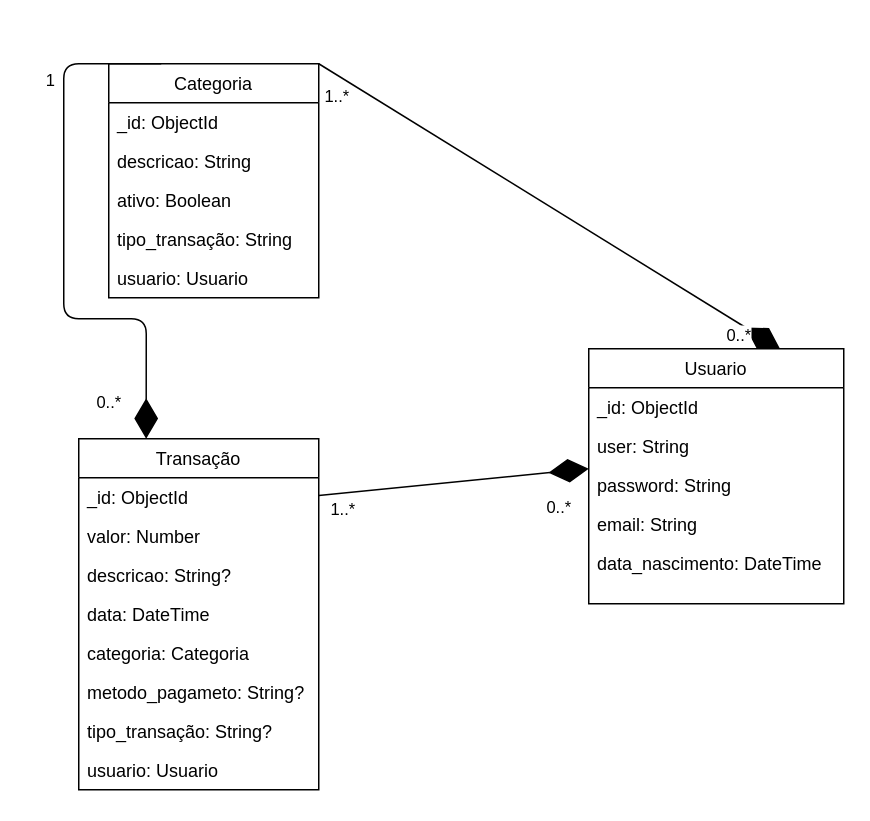
This is docs/NoAM.drawio from FatecFranca/DSM-G09-PI3-2024-2, a draw.io file, before an edit. Source tidied: cells renumbered, new cells numbered last; positions are measured from the earlier drawing's top-left corner, leaving out a move shared by most shapes. Both pictures are drawn from the tidied source at 150%, with x=0, y=0 at pixel (63, 63).
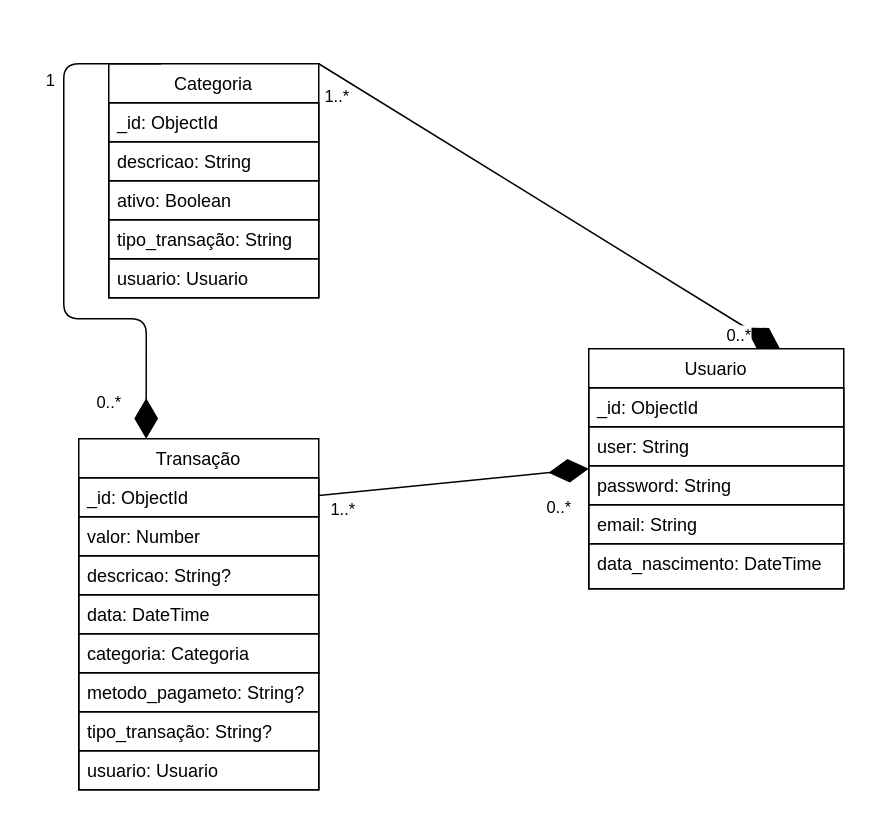
The same page after the edit.

Commit message (it also covers changes not shown here):
Alterado arquvio .drawio em branco, e adicionando as outras extensões do diagrama

Diff of the diagram source:
```diff
@@
-<mxGraphModel>
+<mxGraphModel background="#ffffff">
@@
-    <mxCell id="2" value="Transação" style="swimlane;fontStyle=0;horizontal=1;startSize=26;fillColor=none;" parent="1" vertex="1">
+    <mxCell id="2" value="Transação" style="swimlane;fontStyle=0;horizontal=1;startSize=26;fillColor=none;labelBackgroundColor=#FFFFFF;labelBorderColor=none;fontColor=#000000;strokeColor=#000000;" parent="1" vertex="1">
       <mxGeometry x="10" y="250" width="160" height="234" as="geometry" />
     </mxCell>
-    <mxCell id="3" value="_id: ObjectId" style="text;strokeColor=none;fillColor=none;align=left;verticalAlign=top;spacingLeft=4;spacingRight=4;overflow=hidden;" parent="2" vertex="1">
+    <mxCell id="3" value="_id: ObjectId" style="text;strokeColor=#000000;fillColor=none;align=left;verticalAlign=top;spacingLeft=4;spacingRight=4;overflow=hidden;labelBackgroundColor=#FFFFFF;labelBorderColor=none;fontColor=#000000;" parent="2" vertex="1">
       <mxGeometry y="26" width="160" height="26" as="geometry" />
     </mxCell>
-    <mxCell id="4" value="valor: Number" style="text;strokeColor=none;fillColor=none;align=left;verticalAlign=top;spacingLeft=4;spacingRight=4;overflow=hidden;" parent="2" vertex="1">
+    <mxCell id="4" value="valor: Number" style="text;strokeColor=#000000;fillColor=none;align=left;verticalAlign=top;spacingLeft=4;spacingRight=4;overflow=hidden;labelBackgroundColor=#FFFFFF;labelBorderColor=none;fontColor=#000000;" parent="2" vertex="1">
       <mxGeometry y="52" width="160" height="26" as="geometry" />
     </mxCell>
-    <mxCell id="5" value="descricao: String?" style="text;strokeColor=none;fillColor=none;align=left;verticalAlign=top;spacingLeft=4;spacingRight=4;overflow=hidden;" parent="2" vertex="1">
+    <mxCell id="5" value="descricao: String?" style="text;strokeColor=#000000;fillColor=none;align=left;verticalAlign=top;spacingLeft=4;spacingRight=4;overflow=hidden;labelBackgroundColor=#FFFFFF;labelBorderColor=none;fontColor=#000000;" parent="2" vertex="1">
       <mxGeometry y="78" width="160" height="26" as="geometry" />
     </mxCell>
-    <mxCell id="6" value="data: DateTime" style="text;strokeColor=none;fillColor=none;align=left;verticalAlign=top;spacingLeft=4;spacingRight=4;overflow=hidden;" parent="2" vertex="1">
+    <mxCell id="6" value="data: DateTime" style="text;strokeColor=#000000;fillColor=none;align=left;verticalAlign=top;spacingLeft=4;spacingRight=4;overflow=hidden;labelBackgroundColor=#FFFFFF;labelBorderColor=none;fontColor=#000000;" parent="2" vertex="1">
       <mxGeometry y="104" width="160" height="26" as="geometry" />
     </mxCell>
-    <mxCell id="7" value="categoria: Categoria" style="text;strokeColor=none;fillColor=none;align=left;verticalAlign=top;spacingLeft=4;spacingRight=4;overflow=hidden;" parent="2" vertex="1">
+    <mxCell id="7" value="categoria: Categoria" style="text;strokeColor=#000000;fillColor=none;align=left;verticalAlign=top;spacingLeft=4;spacingRight=4;overflow=hidden;labelBackgroundColor=#FFFFFF;labelBorderColor=none;fontColor=#000000;" parent="2" vertex="1">
       <mxGeometry y="130" width="160" height="26" as="geometry" />
     </mxCell>
-    <mxCell id="8" value="metodo_pagameto: String?" style="text;strokeColor=none;fillColor=none;align=left;verticalAlign=top;spacingLeft=4;spacingRight=4;overflow=hidden;" parent="2" vertex="1">
+    <mxCell id="8" value="metodo_pagameto: String?" style="text;strokeColor=#000000;fillColor=none;align=left;verticalAlign=top;spacingLeft=4;spacingRight=4;overflow=hidden;labelBackgroundColor=#FFFFFF;labelBorderColor=none;fontColor=#000000;" parent="2" vertex="1">
       <mxGeometry y="156" width="160" height="26" as="geometry" />
     </mxCell>
-    <mxCell id="9" value="tipo_transação: String?" style="text;strokeColor=none;fillColor=none;align=left;verticalAlign=top;spacingLeft=4;spacingRight=4;overflow=hidden;" parent="2" vertex="1">
+    <mxCell id="9" value="tipo_transação: String?" style="text;strokeColor=#000000;fillColor=none;align=left;verticalAlign=top;spacingLeft=4;spacingRight=4;overflow=hidden;labelBackgroundColor=#FFFFFF;labelBorderColor=none;fontColor=#000000;" parent="2" vertex="1">
       <mxGeometry y="182" width="160" height="26" as="geometry" />
     </mxCell>
-    <mxCell id="10" value="usuario: Usuario" style="text;strokeColor=none;fillColor=none;align=left;verticalAlign=top;spacingLeft=4;spacingRight=4;overflow=hidden;" parent="2" vertex="1">
+    <mxCell id="10" value="usuario: Usuario" style="text;strokeColor=#000000;fillColor=none;align=left;verticalAlign=top;spacingLeft=4;spacingRight=4;overflow=hidden;labelBackgroundColor=#FFFFFF;labelBorderColor=none;fontColor=#000000;rounded=0;" parent="2" vertex="1">
       <mxGeometry y="208" width="160" height="26" as="geometry" />
     </mxCell>
-    <mxCell id="11" value="Categoria" style="swimlane;fontStyle=0;horizontal=1;startSize=26;fillColor=none;" parent="1" vertex="1">
+    <mxCell id="11" value="Categoria" style="swimlane;fontStyle=0;horizontal=1;startSize=26;fillColor=none;labelBackgroundColor=#FFFFFF;labelBorderColor=none;fontColor=#000000;strokeColor=#000000;" parent="1" vertex="1">
       <mxGeometry x="30" width="140" height="156" as="geometry" />
     </mxCell>
-    <mxCell id="12" value="_id: ObjectId" style="text;strokeColor=none;fillColor=none;align=left;verticalAlign=top;spacingLeft=4;spacingRight=4;overflow=hidden;" parent="11" vertex="1">
+    <mxCell id="12" value="_id: ObjectId" style="text;align=left;verticalAlign=top;spacingLeft=4;spacingRight=4;overflow=hidden;labelBackgroundColor=#FFFFFF;labelBorderColor=none;fontColor=#000000;strokeColor=#000000;" parent="11" vertex="1">
       <mxGeometry y="26" width="140" height="26" as="geometry" />
     </mxCell>
-    <mxCell id="13" value="descricao: String" style="text;strokeColor=none;fillColor=none;align=left;verticalAlign=top;spacingLeft=4;spacingRight=4;overflow=hidden;" parent="11" vertex="1">
+    <mxCell id="13" value="descricao: String" style="text;strokeColor=#000000;fillColor=none;align=left;verticalAlign=top;spacingLeft=4;spacingRight=4;overflow=hidden;labelBackgroundColor=#FFFFFF;labelBorderColor=none;fontColor=#000000;" parent="11" vertex="1">
       <mxGeometry y="52" width="140" height="26" as="geometry" />
     </mxCell>
-    <mxCell id="14" value="ativo: Boolean" style="text;strokeColor=none;fillColor=none;align=left;verticalAlign=top;spacingLeft=4;spacingRight=4;overflow=hidden;" parent="11" vertex="1">
+    <mxCell id="14" value="ativo: Boolean" style="text;strokeColor=#000000;fillColor=none;align=left;verticalAlign=top;spacingLeft=4;spacingRight=4;overflow=hidden;labelBackgroundColor=#FFFFFF;labelBorderColor=none;fontColor=#000000;" parent="11" vertex="1">
       <mxGeometry y="78" width="140" height="26" as="geometry" />
     </mxCell>
-    <mxCell id="15" value="tipo_transação: String" style="text;strokeColor=none;fillColor=none;align=left;verticalAlign=top;spacingLeft=4;spacingRight=4;overflow=hidden;" parent="11" vertex="1">
+    <mxCell id="15" value="tipo_transação: String" style="text;strokeColor=#000000;fillColor=none;align=left;verticalAlign=top;spacingLeft=4;spacingRight=4;overflow=hidden;labelBackgroundColor=#FFFFFF;labelBorderColor=none;fontColor=#000000;" parent="11" vertex="1">
       <mxGeometry y="104" width="140" height="26" as="geometry" />
     </mxCell>
-    <mxCell id="16" value="usuario: Usuario" style="text;strokeColor=none;fillColor=none;align=left;verticalAlign=top;spacingLeft=4;spacingRight=4;overflow=hidden;" parent="11" vertex="1">
+    <mxCell id="16" value="usuario: Usuario" style="text;strokeColor=#000000;fillColor=none;align=left;verticalAlign=top;spacingLeft=4;spacingRight=4;overflow=hidden;labelBackgroundColor=#FFFFFF;labelBorderColor=none;fontColor=#000000;" parent="11" vertex="1">
       <mxGeometry y="130" width="140" height="26" as="geometry" />
     </mxCell>
-    <mxCell id="17" value="Usuario" style="swimlane;fontStyle=0;horizontal=1;startSize=26;fillColor=none;" parent="1" vertex="1">
-      <mxGeometry x="350" y="190" width="170" height="170" as="geometry" />
+    <mxCell id="17" value="Usuario" style="swimlane;fontStyle=0;horizontal=1;startSize=26;fillColor=none;labelBackgroundColor=#FFFFFF;labelBorderColor=none;fontColor=#000000;shadow=0;strokeColor=#000000;" parent="1" vertex="1">
+      <mxGeometry x="350" y="190" width="170" height="160" as="geometry" />
     </mxCell>
-    <mxCell id="18" value="_id: ObjectId&#10;" style="text;strokeColor=none;fillColor=none;align=left;verticalAlign=top;spacingLeft=4;spacingRight=4;overflow=hidden;" parent="17" vertex="1">
+    <mxCell id="18" value="_id: ObjectId&#10;" style="text;strokeColor=#000000;fillColor=none;align=left;verticalAlign=top;spacingLeft=4;spacingRight=4;overflow=hidden;labelBackgroundColor=#FFFFFF;labelBorderColor=none;fontColor=#000000;" parent="17" vertex="1">
       <mxGeometry y="26" width="170" height="26" as="geometry" />
     </mxCell>
-    <mxCell id="19" value="user: String" style="text;strokeColor=none;fillColor=none;align=left;verticalAlign=top;spacingLeft=4;spacingRight=4;overflow=hidden;" parent="17" vertex="1">
+    <mxCell id="19" value="user: String" style="text;strokeColor=#000000;fillColor=none;align=left;verticalAlign=top;spacingLeft=4;spacingRight=4;overflow=hidden;labelBackgroundColor=#FFFFFF;labelBorderColor=none;fontColor=#000000;" parent="17" vertex="1">
       <mxGeometry y="52" width="170" height="26" as="geometry" />
     </mxCell>
-    <mxCell id="20" value="password: String" style="text;strokeColor=none;fillColor=none;align=left;verticalAlign=top;spacingLeft=4;spacingRight=4;overflow=hidden;" parent="17" vertex="1">
+    <mxCell id="20" value="password: String" style="text;strokeColor=#000000;fillColor=none;align=left;verticalAlign=top;spacingLeft=4;spacingRight=4;overflow=hidden;labelBackgroundColor=#FFFFFF;labelBorderColor=none;fontColor=#000000;" parent="17" vertex="1">
       <mxGeometry y="78" width="170" height="26" as="geometry" />
     </mxCell>
-    <mxCell id="21" value="email: String" style="text;strokeColor=none;fillColor=none;align=left;verticalAlign=top;spacingLeft=4;spacingRight=4;overflow=hidden;" parent="17" vertex="1">
+    <mxCell id="21" value="email: String" style="text;strokeColor=#000000;fillColor=none;align=left;verticalAlign=top;spacingLeft=4;spacingRight=4;overflow=hidden;labelBackgroundColor=#FFFFFF;labelBorderColor=none;fontColor=#000000;" parent="17" vertex="1">
       <mxGeometry y="104" width="170" height="26" as="geometry" />
     </mxCell>
-    <mxCell id="22" value="data_nascimento: DateTime&#10;" style="text;strokeColor=none;fillColor=none;align=left;verticalAlign=top;spacingLeft=4;spacingRight=4;overflow=hidden;" parent="17" vertex="1">
-      <mxGeometry y="130" width="170" height="40" as="geometry" />
+    <mxCell id="22" value="data_nascimento: DateTime&#10;" style="text;strokeColor=#000000;fillColor=none;align=left;verticalAlign=top;spacingLeft=4;spacingRight=4;overflow=hidden;labelBackgroundColor=#FFFFFF;labelBorderColor=none;fontColor=#000000;" parent="17" vertex="1">
+      <mxGeometry y="130" width="170" height="30" as="geometry" />
     </mxCell>
-    <mxCell id="23" style="endArrow=diamondThin;endFill=1;endSize=24;html=1;exitX=1;exitY=0.5;exitDx=0;exitDy=0;entryX=0;entryY=0.125;entryDx=0;entryDy=0;entryPerimeter=0;" parent="1" edge="1">
+    <mxCell id="23" style="endArrow=diamondThin;endFill=1;endSize=24;html=1;exitX=1;exitY=0.5;exitDx=0;exitDy=0;entryX=0;entryY=0.125;entryDx=0;entryDy=0;entryPerimeter=0;labelBackgroundColor=#FFFFFF;labelBorderColor=none;fontColor=#000000;strokeColor=#000000;" parent="1" edge="1">
       <mxGeometry relative="1" as="geometry">
         <mxPoint x="170" y="287.8" as="sourcePoint" />
         <mxPoint x="350" y="270" as="targetPoint" />
       </mxGeometry>
     </mxCell>
-    <mxCell id="24" value="1..*" style="edgeLabel;html=1;align=center;verticalAlign=middle;" parent="23" vertex="1">
+    <mxCell id="24" value="1..*" style="edgeLabel;html=1;align=center;verticalAlign=middle;labelBackgroundColor=#FFFFFF;labelBorderColor=none;fontColor=#000000;" parent="23" vertex="1">
       <mxGeometry x="-0.88" relative="1" as="geometry">
         <mxPoint x="5" y="10" as="offset" />
       </mxGeometry>
     </mxCell>
-    <mxCell id="25" value="0..*" style="edgeLabel;html=1;align=center;verticalAlign=middle;" parent="23" vertex="1">
+    <mxCell id="25" value="0..*" style="edgeLabel;html=1;align=center;verticalAlign=middle;labelBackgroundColor=#FFFFFF;labelBorderColor=none;fontColor=#000000;" parent="23" vertex="1">
       <mxGeometry x="0.86" y="-2" relative="1" as="geometry">
         <mxPoint x="-8" y="22" as="offset" />
       </mxGeometry>
     </mxCell>
-    <mxCell id="26" style="endArrow=diamondThin;endFill=1;endSize=24;html=1;exitX=0.25;exitY=0;exitDx=0;exitDy=0;entryX=0.281;entryY=0;entryDx=0;entryDy=0;entryPerimeter=0;" parent="1" edge="1" source="11" target="2">
+    <mxCell id="26" style="endArrow=diamondThin;endFill=1;endSize=24;html=1;exitX=0.25;exitY=0;exitDx=0;exitDy=0;entryX=0.281;entryY=0;entryDx=0;entryDy=0;entryPerimeter=0;labelBackgroundColor=#FFFFFF;labelBorderColor=none;fontColor=#000000;strokeColor=#000000;" parent="1" edge="1" source="11" target="2">
       <mxGeometry relative="1" as="geometry">
         <Array as="points">
           <mxPoint />
           <mxPoint y="170" />
           <mxPoint x="55" y="170" />
         </Array>
       </mxGeometry>
     </mxCell>
-    <mxCell id="27" value="0..*" style="edgeLabel;html=1;align=center;verticalAlign=middle;" parent="26" vertex="1">
+    <mxCell id="27" value="0..*" style="edgeLabel;html=1;align=center;verticalAlign=middle;labelBackgroundColor=#FFFFFF;labelBorderColor=none;fontColor=#000000;" parent="26" vertex="1">
       <mxGeometry x="0.81" relative="1" as="geometry">
         <mxPoint x="-25" y="11" as="offset" />
       </mxGeometry>
     </mxCell>
-    <mxCell id="28" value="1" style="edgeLabel;html=1;align=center;verticalAlign=middle;" parent="26" vertex="1">
+    <mxCell id="28" value="1" style="edgeLabel;html=1;align=center;verticalAlign=middle;labelBackgroundColor=#FFFFFF;labelBorderColor=none;fontColor=#000000;" parent="26" vertex="1">
       <mxGeometry x="-0.82" relative="1" as="geometry">
         <mxPoint x="-41" y="10" as="offset" />
       </mxGeometry>
     </mxCell>
-    <mxCell id="29" style="endArrow=diamondThin;endFill=1;endSize=24;html=1;entryX=0.75;entryY=0;entryDx=0;entryDy=0;exitX=1;exitY=0;exitDx=0;exitDy=0;" parent="1" edge="1" source="11" target="17">
+    <mxCell id="29" style="endArrow=diamondThin;endFill=1;endSize=24;html=1;entryX=0.75;entryY=0;entryDx=0;entryDy=0;exitX=1;exitY=0;exitDx=0;exitDy=0;labelBackgroundColor=#FFFFFF;labelBorderColor=none;fontColor=#000000;strokeColor=#000000;" parent="1" edge="1" source="11" target="17">
       <mxGeometry relative="1" as="geometry" />
     </mxCell>
-    <mxCell id="30" value="1..*" style="edgeLabel;html=1;align=center;verticalAlign=middle;" parent="29" vertex="1">
+    <mxCell id="30" value="1..*" style="edgeLabel;html=1;align=center;verticalAlign=middle;labelBackgroundColor=#FFFFFF;labelBorderColor=none;fontColor=#000000;" parent="29" vertex="1">
       <mxGeometry x="-0.88" relative="1" as="geometry">
         <mxPoint x="-7" y="10" as="offset" />
       </mxGeometry>
     </mxCell>
-    <mxCell id="31" value="0..*" style="edgeLabel;html=1;align=center;verticalAlign=middle;" parent="29" vertex="1">
+    <mxCell id="31" value="0..*" style="edgeLabel;html=1;align=center;verticalAlign=middle;labelBackgroundColor=#FFFFFF;labelBorderColor=none;fontColor=#000000;" parent="29" vertex="1">
       <mxGeometry x="0.86" y="-2" relative="1" as="geometry">
         <mxPoint x="-5" y="2" as="offset" />
       </mxGeometry>
     </mxCell>
```
